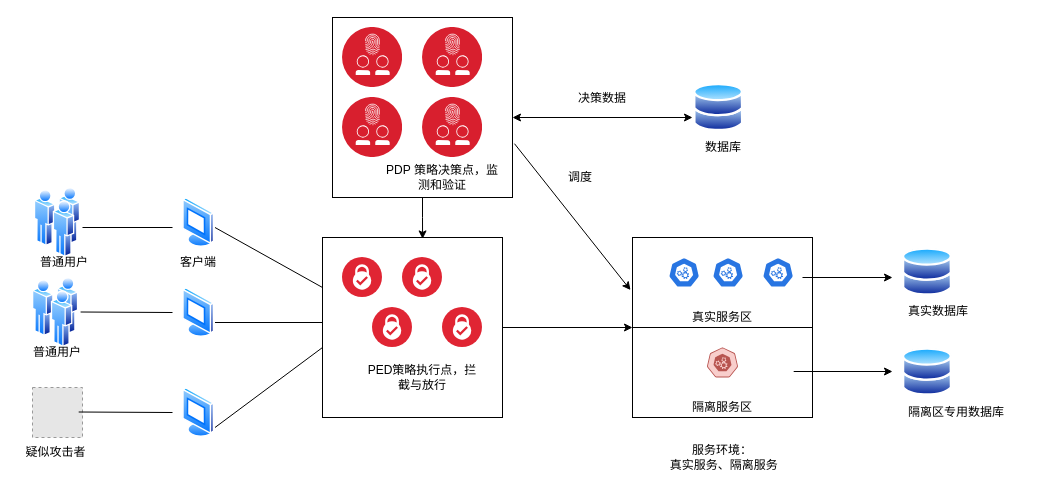
Earlier version of the draw.io diagram isolate.drawio (Norton-Lin/Picture). Source tidied: cells renumbered, new cells numbered last; positions are measured from the earlier drawing's top-left corner, leaving out a move shared by most shapes. Both pictures are drawn from the tidied source at 100%, with x=0, y=0 at pixel (17, 17). Pictures stored in the file or linked from it are replaced by grey dashed boxes.
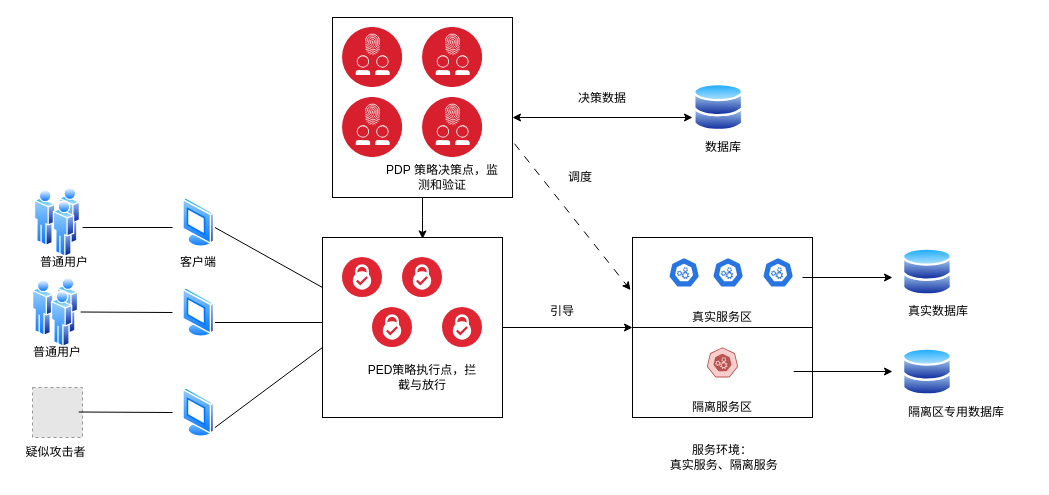
The same diagram, later.

The change refers to these unchanged cells:
```xml
<mxCell id="2" style="whiteSpace=wrap;html=1;" parent="1" vertex="1">
  <mxGeometry x="315" width="180" height="180" as="geometry" />
</mxCell>
<mxCell id="32" style="whiteSpace=wrap;html=1;" parent="1" vertex="1">
  <mxGeometry x="615" y="220" width="180" height="180" as="geometry" />
</mxCell>
```

The edit, as a diff of the source:
```diff
@@
-    <mxCell id="36" style="endArrow=classic;html=1;rounded=0;entryX=-0.011;entryY=0.292;entryDx=0;entryDy=0;entryPerimeter=0;exitX=1.011;exitY=0.701;exitDx=0;exitDy=0;exitPerimeter=0;" parent="1" edge="1" source="2" target="32">
+    <mxCell id="36" style="endArrow=classic;html=1;rounded=0;entryX=-0.011;entryY=0.292;entryDx=0;entryDy=0;entryPerimeter=0;exitX=1.011;exitY=0.701;exitDx=0;exitDy=0;exitPerimeter=0;dashed=1;dashPattern=8 8;" parent="1" edge="1" source="2" target="32">
       <mxGeometry relative="1" as="geometry" />
     </mxCell>
@@
+    <mxCell id="53" value="引导" style="text;html=1;align=center;verticalAlign=middle;whiteSpace=wrap;rounded=0;" parent="1" vertex="1">
+      <mxGeometry x="515" y="279" width="60" height="30" as="geometry" />
+    </mxCell>
```
